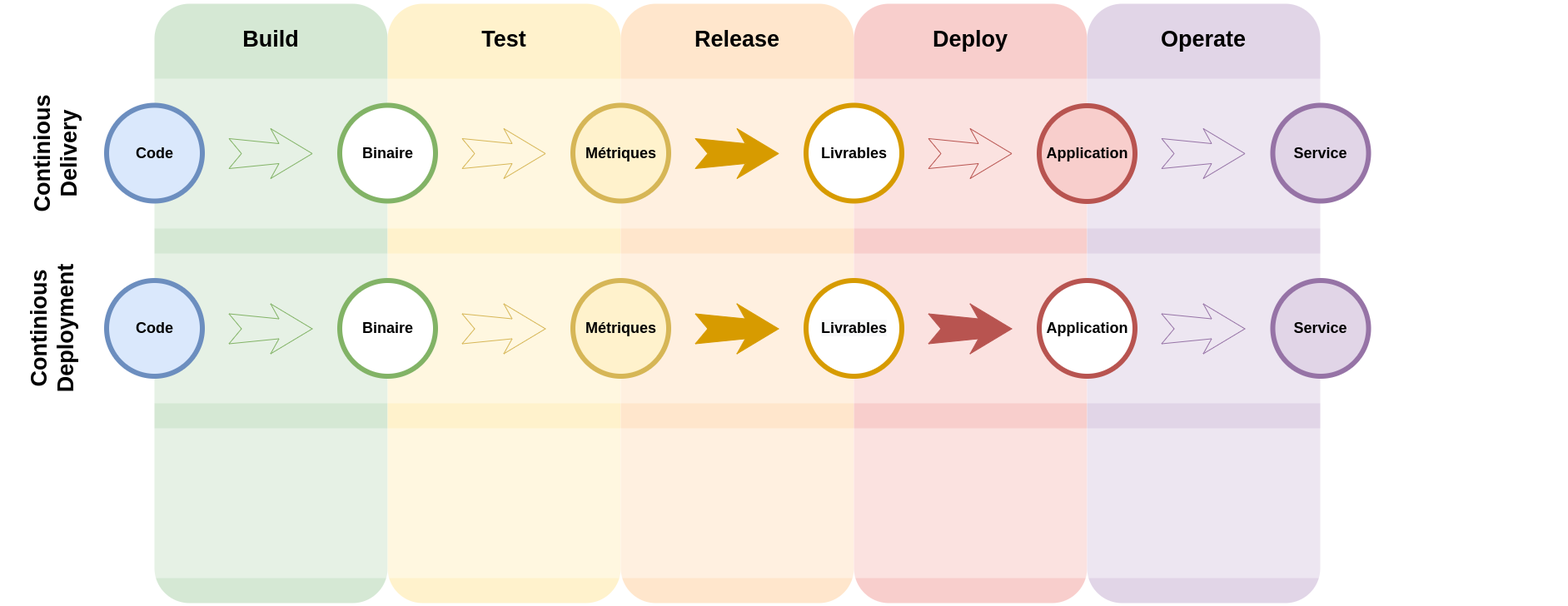
This is prez/story/images/cicd-cicd.deployment.png from arcanneero/cicd-divorce-slides, a draw.io export, as it was before one commit. Source tidied: cells renumbered, new cells last; positions are measured from the earlier drawing's top-left corner, leaving out a move shared by most shapes.
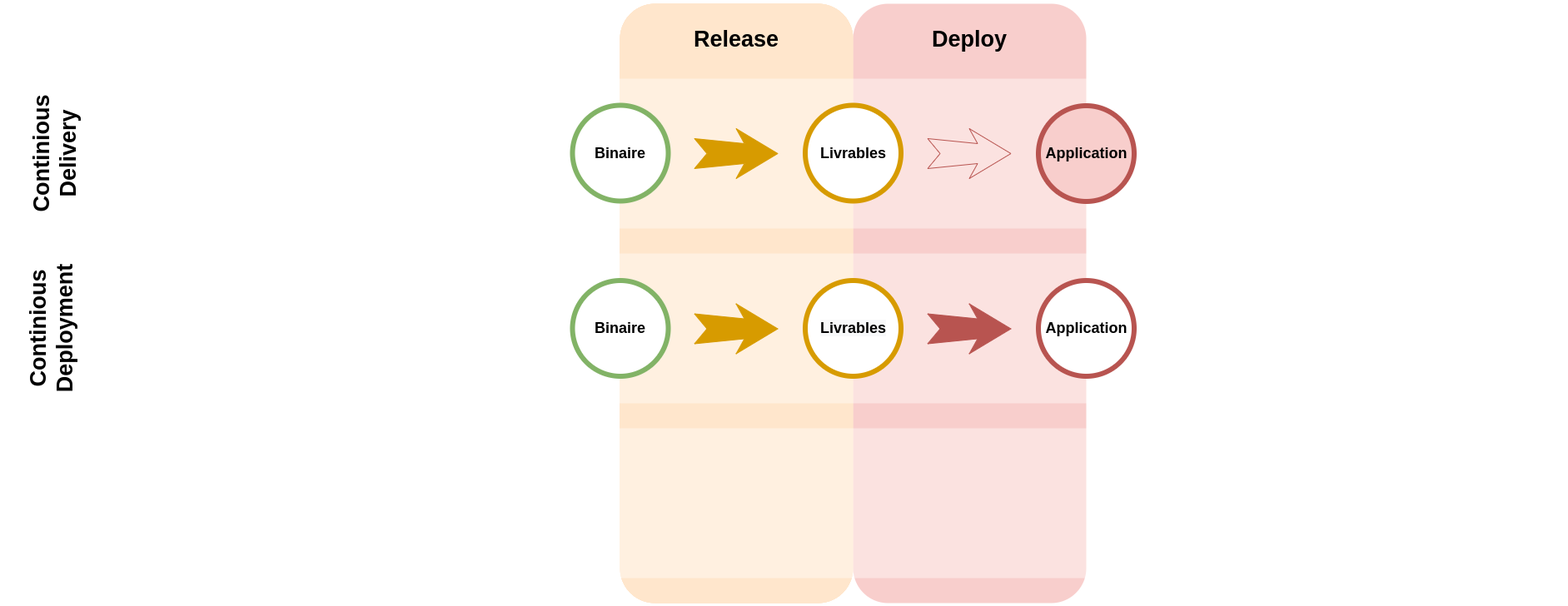
After the commit.

Change to the diagram source:
```diff
@@ -2,49 +2,58 @@
   <root>
     <mxCell id="0" />
     <mxCell id="1" value="cd" parent="0" />
-    <mxCell id="2" value="Build" style="whiteSpace=wrap;html=1;rounded=1;shadow=0;strokeWidth=8;fontSize=27;align=center;fillColor=#d5e8d4;strokeColor=none;fontStyle=1;verticalAlign=top;spacingTop=20;" parent="1" vertex="1">
-      <mxGeometry x="181" width="280" height="720" as="geometry" />
-    </mxCell>
-    <mxCell id="3" value="Test" style="whiteSpace=wrap;html=1;rounded=1;shadow=0;strokeWidth=8;fontSize=27;align=center;fillColor=#fff2cc;strokeColor=none;fontStyle=1;verticalAlign=top;spacingTop=20;" parent="1" vertex="1">
-      <mxGeometry x="461" width="280" height="720" as="geometry" />
-    </mxCell>
     <mxCell id="4" value="Release" style="whiteSpace=wrap;html=1;rounded=1;shadow=0;strokeWidth=8;fontSize=27;align=center;fillColor=#ffe6cc;strokeColor=none;fontStyle=1;verticalAlign=top;spacingTop=20;" parent="1" vertex="1">
       <mxGeometry x="741" width="280" height="720" as="geometry" />
     </mxCell>
+    <mxCell id="36" value="cd-2" parent="0" />
+    <mxCell id="37" value="Release" style="whiteSpace=wrap;html=1;rounded=1;shadow=0;strokeWidth=8;fontSize=27;align=center;fillColor=#ffe6cc;strokeColor=none;fontStyle=1;verticalAlign=top;spacingTop=20;" parent="36" vertex="1">
+      <mxGeometry x="741" width="280" height="720" as="geometry" />
+    </mxCell>
+    <mxCell id="38" value="Release" style="whiteSpace=wrap;html=1;rounded=1;shadow=0;strokeWidth=8;fontSize=27;align=center;fillColor=#ffe6cc;strokeColor=none;fontStyle=1;verticalAlign=top;spacingTop=20;" parent="36" vertex="1">
+      <mxGeometry x="741" width="280" height="720" as="geometry" />
+    </mxCell>
-    <mxCell id="5" value="Deploy" style="whiteSpace=wrap;html=1;rounded=1;shadow=0;strokeWidth=8;fontSize=27;align=center;fillColor=#f8cecc;strokeColor=none;fontStyle=1;verticalAlign=top;spacingTop=20;" parent="1" vertex="1">
+    <mxCell id="5" value="Deploy" style="whiteSpace=wrap;html=1;rounded=1;shadow=0;strokeWidth=8;fontSize=27;align=center;fillColor=#f8cecc;strokeColor=none;fontStyle=1;verticalAlign=top;spacingTop=20;" parent="36" vertex="1">
       <mxGeometry x="1021" width="280" height="720" as="geometry" />
     </mxCell>
-    <mxCell id="6" value="Operate" style="whiteSpace=wrap;html=1;rounded=1;shadow=0;strokeWidth=8;fontSize=27;align=center;fillColor=#e1d5e7;strokeColor=none;fontStyle=1;verticalAlign=top;spacingTop=20;" parent="1" vertex="1">
-      <mxGeometry x="1301" width="280" height="720" as="geometry" />
-    </mxCell>
+    <mxCell id="39" value="cd-back-white" parent="0" />
+    <mxCell id="40" value="Release" style="whiteSpace=wrap;html=1;rounded=1;shadow=0;strokeWidth=8;fontSize=27;align=center;fillColor=#ffe6cc;strokeColor=none;fontStyle=1;verticalAlign=top;spacingTop=20;" parent="39" vertex="1">
+      <mxGeometry x="741" width="280" height="720" as="geometry" />
+    </mxCell>
-    <mxCell id="7" value="&lt;span style=&quot;font-family: &amp;#34;helvetica&amp;#34; , &amp;#34;arial&amp;#34; , sans-serif ; font-size: 0px ; font-weight: 400 ; white-space: nowrap ; background-color: rgb(248 , 249 , 250)&quot;&gt;&lt;br&gt;&lt;/span&gt;" style="rounded=1;whiteSpace=wrap;html=1;fontSize=27;shadow=0;fontStyle=1;verticalAlign=top;strokeWidth=8;spacingTop=20;horizontal=0;strokeColor=none;opacity=40;" parent="1" vertex="1">
+    <mxCell id="7" value="&lt;span style=&quot;font-family: &amp;#34;helvetica&amp;#34; , &amp;#34;arial&amp;#34; , sans-serif ; font-size: 0px ; font-weight: 400 ; white-space: nowrap ; background-color: rgb(248 , 249 , 250)&quot;&gt;&lt;br&gt;&lt;/span&gt;" style="rounded=1;whiteSpace=wrap;html=1;fontSize=27;shadow=0;fontStyle=1;verticalAlign=top;strokeWidth=8;spacingTop=20;horizontal=0;strokeColor=none;opacity=40;" parent="39" vertex="1">
       <mxGeometry y="510" width="1871" height="180" as="geometry" />
     </mxCell>
-    <mxCell id="8" value="&lt;span style=&quot;font-family: &amp;#34;helvetica&amp;#34; , &amp;#34;arial&amp;#34; , sans-serif ; font-size: 0px ; font-weight: 400 ; white-space: nowrap ; background-color: rgb(248 , 249 , 250)&quot;&gt;&lt;br&gt;&lt;/span&gt;" style="rounded=1;whiteSpace=wrap;html=1;fontSize=27;shadow=0;fontStyle=1;verticalAlign=top;strokeWidth=8;spacingTop=20;horizontal=0;strokeColor=none;opacity=40;" parent="1" vertex="1">
+    <mxCell id="8" value="&lt;span style=&quot;font-family: &amp;#34;helvetica&amp;#34; , &amp;#34;arial&amp;#34; , sans-serif ; font-size: 0px ; font-weight: 400 ; white-space: nowrap ; background-color: rgb(248 , 249 , 250)&quot;&gt;&lt;br&gt;&lt;/span&gt;" style="rounded=1;whiteSpace=wrap;html=1;fontSize=27;shadow=0;fontStyle=1;verticalAlign=top;strokeWidth=8;spacingTop=20;horizontal=0;strokeColor=none;opacity=40;" parent="39" vertex="1">
       <mxGeometry y="300" width="1871" height="180" as="geometry" />
     </mxCell>
-    <mxCell id="9" style="rounded=1;whiteSpace=wrap;html=1;fontSize=27;shadow=0;fontStyle=1;verticalAlign=top;strokeWidth=8;spacingTop=20;horizontal=0;strokeColor=none;opacity=40;" parent="1" vertex="1">
+    <mxCell id="9" style="rounded=1;whiteSpace=wrap;html=1;fontSize=27;shadow=0;fontStyle=1;verticalAlign=top;strokeWidth=8;spacingTop=20;horizontal=0;strokeColor=none;opacity=40;" parent="39" vertex="1">
       <mxGeometry x="4" y="90" width="1871" height="180" as="geometry" />
     </mxCell>
+    <mxCell id="23" value="delivery" parent="0" />
+    <mxCell id="24" value="Continious Delivery" style="rounded=1;whiteSpace=wrap;html=1;fontSize=27;shadow=0;fontStyle=1;verticalAlign=top;strokeWidth=8;spacingTop=20;horizontal=0;strokeColor=none;opacity=40;fillColor=none;" parent="23" vertex="1">
+      <mxGeometry x="4" y="90" width="1871" height="180" as="geometry" />
+    </mxCell>
+    <mxCell id="27" value="Binaire" style="ellipse;whiteSpace=wrap;html=1;rounded=0;shadow=0;strokeWidth=6;fontSize=18;align=center;fillColor=default;strokeColor=#82b366;fontStyle=1;" parent="23" vertex="1">
+      <mxGeometry x="684" y="122" width="115" height="115" as="geometry" />
+    </mxCell>
+    <mxCell id="30" style="html=1;shadow=0;dashed=0;align=center;verticalAlign=middle;shape=mxgraph.arrows2.stylisedArrow;dy=0.6;dx=40;notch=15;feather=0.4;rounded=0;strokeWidth=1;fontSize=27;strokeColor=#d79b00;fillColor=#D79B00;" parent="23" vertex="1">
+      <mxGeometry x="830.5" y="150" width="100" height="60" as="geometry" />
+    </mxCell>
+    <mxCell id="31" value="Livrables" style="ellipse;whiteSpace=wrap;html=1;rounded=0;shadow=0;strokeWidth=6;fontSize=18;align=center;fillColor=#ffffff;strokeColor=#d79b00;fontStyle=1;" parent="23" vertex="1">
+      <mxGeometry x="963.5" y="122" width="115" height="115" as="geometry" />
+    </mxCell>
     <mxCell id="10" value="deployment" parent="0" />
     <mxCell id="11" value="Continious Deployment&lt;span style=&quot;font-family: &amp;#34;helvetica&amp;#34; , &amp;#34;arial&amp;#34; , sans-serif ; font-size: 0px ; font-weight: 400 ; white-space: nowrap ; background-color: rgb(248 , 249 , 250)&quot;&gt;&lt;br&gt;&lt;/span&gt;" style="rounded=1;whiteSpace=wrap;html=1;fontSize=27;shadow=0;fontStyle=1;verticalAlign=top;strokeWidth=8;spacingTop=20;horizontal=0;strokeColor=none;opacity=40;fillColor=none;" parent="10" vertex="1">
       <mxGeometry y="300" width="1871" height="180" as="geometry" />
     </mxCell>
-    <mxCell id="12" value="Code" style="ellipse;whiteSpace=wrap;html=1;rounded=0;shadow=0;strokeWidth=6;fontSize=18;align=center;fillColor=#dae8fc;strokeColor=#6c8ebf;fontStyle=1;" parent="10" vertex="1">
-      <mxGeometry x="123.5" y="332.5" width="115" height="115" as="geometry" />
-    </mxCell>
-    <mxCell id="13" style="html=1;shadow=0;dashed=0;align=center;verticalAlign=middle;shape=mxgraph.arrows2.stylisedArrow;dy=0.6;dx=40;notch=15;feather=0.4;rounded=0;strokeWidth=1;fontSize=27;strokeColor=#82b366;fillColor=none;" parent="10" vertex="1">
-      <mxGeometry x="270.5" y="360.5" width="100" height="60" as="geometry" />
-    </mxCell>
+    <mxCell id="32" style="html=1;shadow=0;dashed=0;align=center;verticalAlign=middle;shape=mxgraph.arrows2.stylisedArrow;dy=0.6;dx=40;notch=15;feather=0.4;rounded=0;strokeWidth=1;fontSize=27;strokeColor=#b85450;fillColor=none;" parent="10" vertex="1">
+      <mxGeometry x="1110.5" y="150" width="100" height="60" as="geometry" />
+    </mxCell>
+    <mxCell id="35" value="Application" style="ellipse;whiteSpace=wrap;html=1;rounded=0;shadow=0;strokeWidth=6;fontSize=18;align=center;fillColor=#f8cecc;strokeColor=#b85450;fontStyle=1;" parent="10" vertex="1">
+      <mxGeometry x="1243.5" y="122.5" width="115" height="115" as="geometry" />
+    </mxCell>
     <mxCell id="14" value="Binaire" style="ellipse;whiteSpace=wrap;html=1;rounded=0;shadow=0;strokeWidth=6;fontSize=18;align=center;fillColor=default;strokeColor=#82b366;fontStyle=1;" parent="10" vertex="1">
-      <mxGeometry x="403.5" y="332.5" width="115" height="115" as="geometry" />
+      <mxGeometry x="684" y="332.5" width="115" height="115" as="geometry" />
     </mxCell>
-    <mxCell id="15" style="html=1;shadow=0;dashed=0;align=center;verticalAlign=middle;shape=mxgraph.arrows2.stylisedArrow;dy=0.6;dx=40;notch=15;feather=0.4;rounded=0;strokeWidth=1;fontSize=27;strokeColor=#d6b656;fillColor=none;" parent="10" vertex="1">
-      <mxGeometry x="550.5" y="360.5" width="100" height="60" as="geometry" />
-    </mxCell>
-    <mxCell id="16" value="Métriques" style="ellipse;whiteSpace=wrap;html=1;rounded=0;shadow=0;strokeWidth=6;fontSize=18;align=center;fillColor=#fff2cc;strokeColor=#d6b656;fontStyle=1;" parent="10" vertex="1">
-      <mxGeometry x="683.5" y="332.5" width="115" height="115" as="geometry" />
-    </mxCell>
     <mxCell id="17" style="html=1;shadow=0;dashed=0;align=center;verticalAlign=middle;shape=mxgraph.arrows2.stylisedArrow;dy=0.6;dx=40;notch=15;feather=0.4;rounded=0;strokeWidth=1;fontSize=27;strokeColor=#d79b00;fillColor=#D79B00;" parent="10" vertex="1">
       <mxGeometry x="830.5" y="360.5" width="100" height="60" as="geometry" />
     </mxCell>
@@ -54,51 +63,8 @@
     <mxCell id="19" style="html=1;shadow=0;dashed=0;align=center;verticalAlign=middle;shape=mxgraph.arrows2.stylisedArrow;dy=0.6;dx=40;notch=15;feather=0.4;rounded=0;strokeWidth=1;fontSize=27;strokeColor=#b85450;fillColor=#B85450;" parent="10" vertex="1">
       <mxGeometry x="1110.5" y="360.5" width="100" height="60" as="geometry" />
     </mxCell>
-    <mxCell id="20" style="html=1;shadow=0;dashed=0;align=center;verticalAlign=middle;shape=mxgraph.arrows2.stylisedArrow;dy=0.6;dx=40;notch=15;feather=0.4;rounded=0;strokeWidth=1;fontSize=27;strokeColor=#9673a6;fillColor=none;" parent="10" vertex="1">
-      <mxGeometry x="1390.5" y="360.5" width="100" height="60" as="geometry" />
-    </mxCell>
     <mxCell id="21" value="Application" style="ellipse;whiteSpace=wrap;html=1;rounded=0;shadow=0;strokeWidth=6;fontSize=18;align=center;fillColor=#ffffff;strokeColor=#b85450;fontStyle=1;" parent="10" vertex="1">
       <mxGeometry x="1243.5" y="332.5" width="115" height="115" as="geometry" />
     </mxCell>
-    <mxCell id="22" value="Service" style="ellipse;whiteSpace=wrap;html=1;rounded=0;shadow=0;strokeWidth=6;fontSize=18;align=center;fillColor=#e1d5e7;strokeColor=#9673a6;fontStyle=1;" parent="10" vertex="1">
-      <mxGeometry x="1524" y="332.5" width="115" height="115" as="geometry" />
-    </mxCell>
-    <mxCell id="23" value="delivery" parent="0" />
-    <mxCell id="24" value="Continious Delivery" style="rounded=1;whiteSpace=wrap;html=1;fontSize=27;shadow=0;fontStyle=1;verticalAlign=top;strokeWidth=8;spacingTop=20;horizontal=0;strokeColor=none;opacity=40;fillColor=none;" parent="23" vertex="1">
-      <mxGeometry x="4" y="90" width="1871" height="180" as="geometry" />
-    </mxCell>
-    <mxCell id="25" value="Code" style="ellipse;whiteSpace=wrap;html=1;rounded=0;shadow=0;strokeWidth=6;fontSize=18;align=center;fillColor=#dae8fc;strokeColor=#6c8ebf;fontStyle=1;" parent="23" vertex="1">
-      <mxGeometry x="123.5" y="122" width="115" height="115" as="geometry" />
-    </mxCell>
-    <mxCell id="26" style="html=1;shadow=0;dashed=0;align=center;verticalAlign=middle;shape=mxgraph.arrows2.stylisedArrow;dy=0.6;dx=40;notch=15;feather=0.4;rounded=0;strokeWidth=1;fontSize=27;strokeColor=#82b366;fillColor=none;" parent="23" vertex="1">
-      <mxGeometry x="270.5" y="150" width="100" height="60" as="geometry" />
-    </mxCell>
-    <mxCell id="27" value="Binaire" style="ellipse;whiteSpace=wrap;html=1;rounded=0;shadow=0;strokeWidth=6;fontSize=18;align=center;fillColor=default;strokeColor=#82b366;fontStyle=1;" parent="23" vertex="1">
-      <mxGeometry x="403.5" y="122" width="115" height="115" as="geometry" />
-    </mxCell>
-    <mxCell id="28" style="html=1;shadow=0;dashed=0;align=center;verticalAlign=middle;shape=mxgraph.arrows2.stylisedArrow;dy=0.6;dx=40;notch=15;feather=0.4;rounded=0;strokeWidth=1;fontSize=27;strokeColor=#d6b656;fillColor=none;" parent="23" vertex="1">
-      <mxGeometry x="550.5" y="150" width="100" height="60" as="geometry" />
-    </mxCell>
-    <mxCell id="29" value="Métriques" style="ellipse;whiteSpace=wrap;html=1;rounded=0;shadow=0;strokeWidth=6;fontSize=18;align=center;fillColor=#fff2cc;strokeColor=#d6b656;fontStyle=1;" parent="23" vertex="1">
-      <mxGeometry x="683.5" y="122" width="115" height="115" as="geometry" />
-    </mxCell>
-    <mxCell id="30" style="html=1;shadow=0;dashed=0;align=center;verticalAlign=middle;shape=mxgraph.arrows2.stylisedArrow;dy=0.6;dx=40;notch=15;feather=0.4;rounded=0;strokeWidth=1;fontSize=27;strokeColor=#d79b00;fillColor=#D79B00;" parent="23" vertex="1">
-      <mxGeometry x="830.5" y="150" width="100" height="60" as="geometry" />
-    </mxCell>
-    <mxCell id="31" value="Livrables" style="ellipse;whiteSpace=wrap;html=1;rounded=0;shadow=0;strokeWidth=6;fontSize=18;align=center;fillColor=#ffffff;strokeColor=#d79b00;fontStyle=1;" parent="23" vertex="1">
-      <mxGeometry x="963.5" y="122" width="115" height="115" as="geometry" />
-    </mxCell>
-    <mxCell id="32" style="html=1;shadow=0;dashed=0;align=center;verticalAlign=middle;shape=mxgraph.arrows2.stylisedArrow;dy=0.6;dx=40;notch=15;feather=0.4;rounded=0;strokeWidth=1;fontSize=27;strokeColor=#b85450;fillColor=none;" parent="23" vertex="1">
-      <mxGeometry x="1110.5" y="150" width="100" height="60" as="geometry" />
-    </mxCell>
-    <mxCell id="33" style="html=1;shadow=0;dashed=0;align=center;verticalAlign=middle;shape=mxgraph.arrows2.stylisedArrow;dy=0.6;dx=40;notch=15;feather=0.4;rounded=0;strokeWidth=1;fontSize=27;strokeColor=#9673a6;fillColor=none;" parent="23" vertex="1">
-      <mxGeometry x="1390.5" y="150" width="100" height="60" as="geometry" />
-    </mxCell>
-    <mxCell id="34" value="Service" style="ellipse;whiteSpace=wrap;html=1;rounded=0;shadow=0;strokeWidth=6;fontSize=18;align=center;fillColor=#e1d5e7;strokeColor=#9673a6;fontStyle=1;" parent="23" vertex="1">
-      <mxGeometry x="1524" y="122" width="115" height="115" as="geometry" />
-    </mxCell>
-    <mxCell id="35" value="Application" style="ellipse;whiteSpace=wrap;html=1;rounded=0;shadow=0;strokeWidth=6;fontSize=18;align=center;fillColor=#f8cecc;strokeColor=#b85450;fontStyle=1;" parent="23" vertex="1">
-      <mxGeometry x="1243.5" y="122.5" width="115" height="115" as="geometry" />
-    </mxCell>
   </root>
 </mxGraphModel>
```
